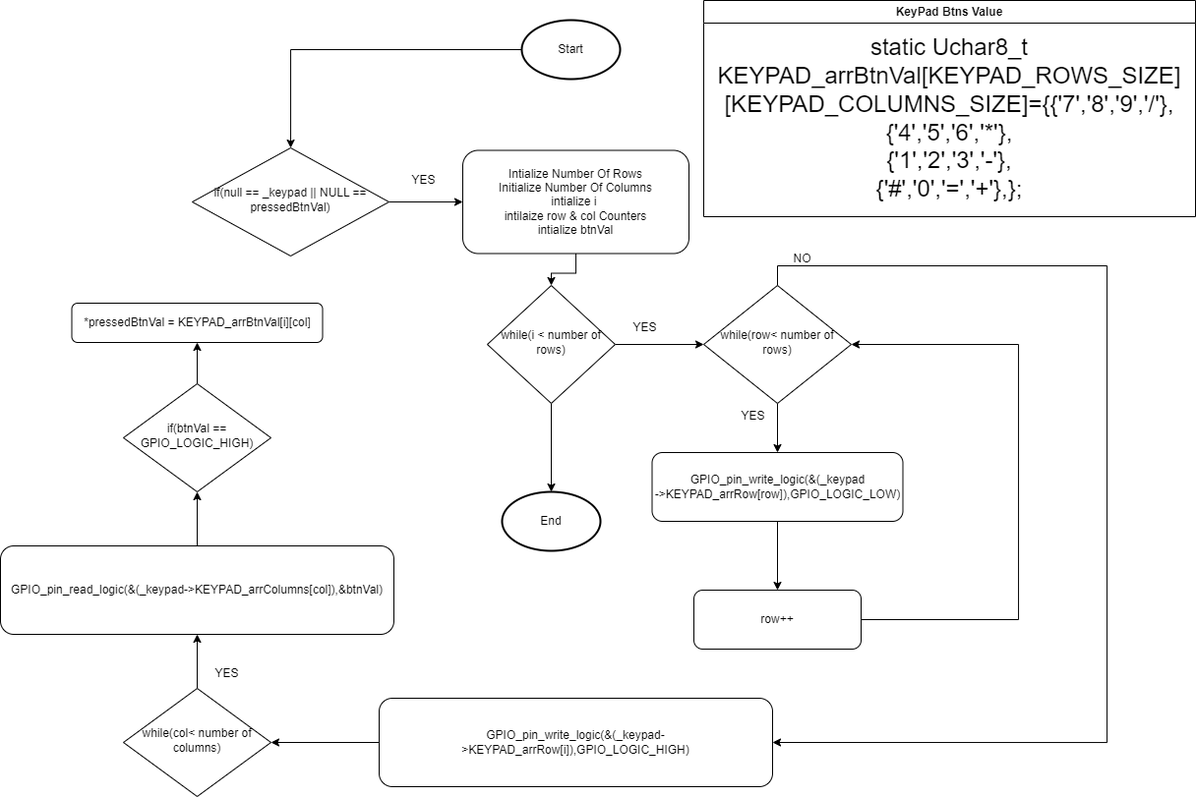
Earlier version of the draw.io export 06_Sprint_Seven/00_Design_A_Non_Blocking_LCD_&_Keypad/01_Keypad_FlowCharts/keypad_scaning.png (Khedr05/SPRINTS_Automotive_Software_Bootcamp). Source tidied: cells renumbered, new cells last; positions are measured from the earlier drawing's top-left corner, leaving out a move shared by most shapes.
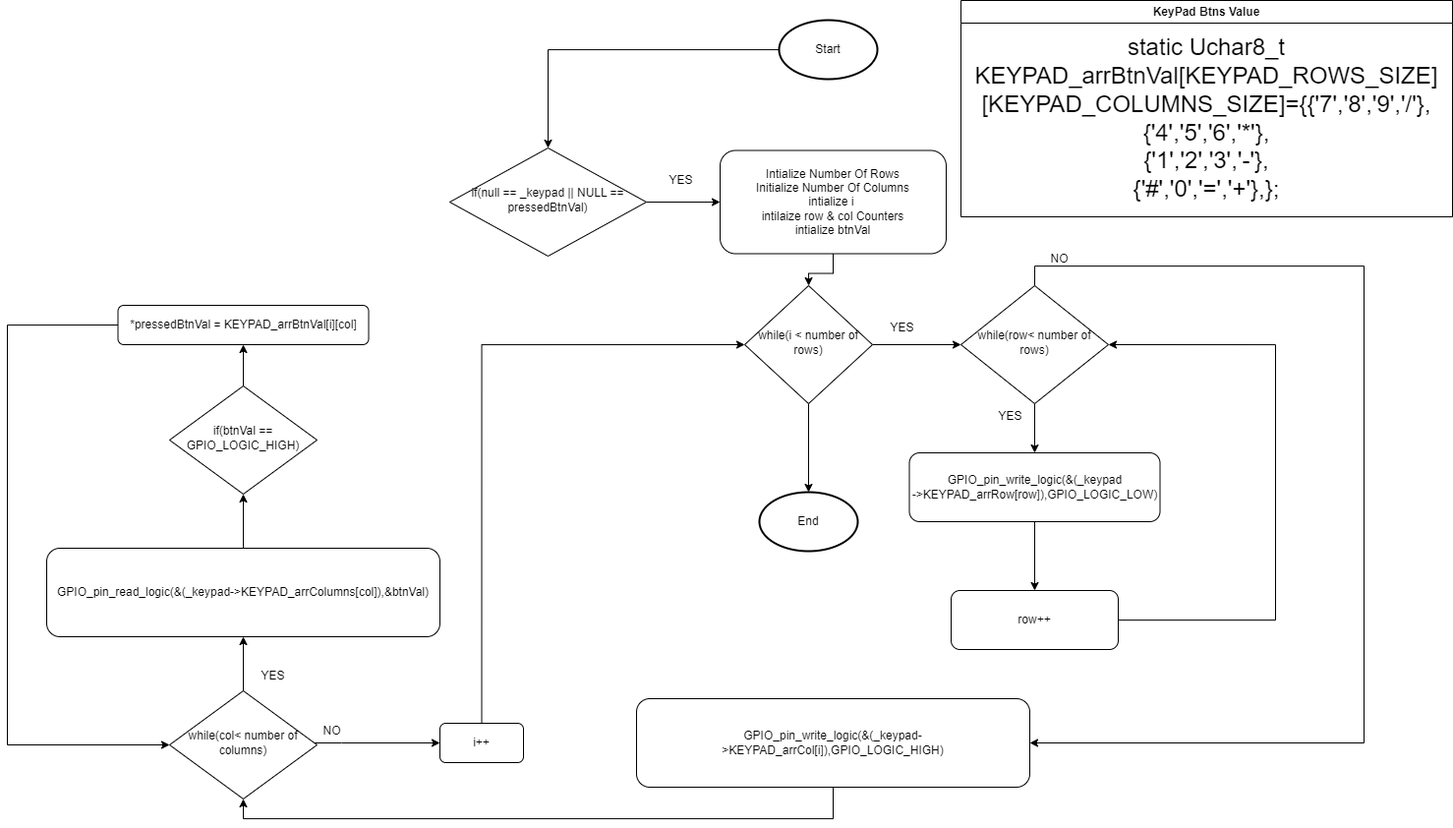
Above is the later version.

Change to the diagram source:
```diff
@@ -70,10 +70,10 @@
     <mxCell id="20" value="row++" style="rounded=1;whiteSpace=wrap;html=1;fontSize=12;glass=0;strokeWidth=1;shadow=0;" parent="1" vertex="1">
       <mxGeometry x="705" y="600" width="170" height="60" as="geometry" />
     </mxCell>
-    <mxCell id="21" style="edgeStyle=orthogonalEdgeStyle;rounded=0;jettySize=auto;html=1;" parent="1" edge="1" source="22" target="25">
+    <mxCell id="21" style="edgeStyle=orthogonalEdgeStyle;rounded=0;jettySize=auto;html=1;exitX=0.5;exitY=1;exitDx=0;exitDy=0;entryX=0.5;entryY=1;entryDx=0;entryDy=0;" parent="1" edge="1" source="22" target="25">
       <mxGeometry relative="1" as="geometry" />
     </mxCell>
-    <mxCell id="22" value="GPIO_pin_write_logic(&amp;amp;(_keypad-&amp;gt;KEYPAD_arrRow[i]),GPIO_LOGIC_HIGH)" style="rounded=1;whiteSpace=wrap;html=1;fontSize=12;glass=0;strokeWidth=1;shadow=0;" parent="1" vertex="1">
+    <mxCell id="22" value="GPIO_pin_write_logic(&amp;amp;(_keypad-&amp;gt;KEYPAD_arrCol[i]),GPIO_LOGIC_HIGH)" style="rounded=1;whiteSpace=wrap;html=1;fontSize=12;glass=0;strokeWidth=1;shadow=0;" parent="1" vertex="1">
       <mxGeometry x="385" y="710" width="400" height="90" as="geometry" />
     </mxCell>
     <mxCell id="23" value="NO" style="text;html=1;align=center;verticalAlign=middle;strokeColor=none;fillColor=none;" parent="1" vertex="1">
@@ -82,26 +82,42 @@
     <mxCell id="24" style="edgeStyle=orthogonalEdgeStyle;rounded=0;jettySize=auto;html=1;" parent="1" edge="1" source="25" target="27">
       <mxGeometry relative="1" as="geometry" />
     </mxCell>
+    <mxCell id="35" style="edgeStyle=orthogonalEdgeStyle;rounded=0;jettySize=auto;html=1;entryX=0;entryY=0.5;entryDx=0;entryDy=0;" parent="1" edge="1" source="25" target="38">
+      <mxGeometry relative="1" as="geometry">
+        <Array as="points">
+          <mxPoint x="85" y="755" />
+          <mxPoint x="85" y="755" />
+        </Array>
+      </mxGeometry>
+    </mxCell>
     <mxCell id="25" value="while(col&amp;lt; number of columns)" style="rhombus;whiteSpace=wrap;html=1;shadow=0;fontFamily=Helvetica;fontSize=12;align=center;strokeWidth=1;spacing=6;spacingTop=-4;" parent="1" vertex="1">
-      <mxGeometry x="125" y="700" width="150" height="110" as="geometry" />
+      <mxGeometry x="-90" y="702" width="150" height="110" as="geometry" />
     </mxCell>
     <mxCell id="26" style="edgeStyle=orthogonalEdgeStyle;rounded=0;jettySize=auto;html=1;" parent="1" edge="1" source="27" target="30">
       <mxGeometry relative="1" as="geometry" />
     </mxCell>
     <mxCell id="27" value="GPIO_pin_read_logic(&amp;amp;(_keypad-&amp;gt;KEYPAD_arrColumns[col]),&amp;amp;btnVal)" style="rounded=1;whiteSpace=wrap;html=1;fontSize=12;glass=0;strokeWidth=1;shadow=0;" parent="1" vertex="1">
-      <mxGeometry y="555" width="400" height="90" as="geometry" />
+      <mxGeometry x="-215" y="557" width="400" height="90" as="geometry" />
     </mxCell>
     <mxCell id="28" value="YES" style="text;html=1;align=center;verticalAlign=middle;strokeColor=none;fillColor=none;" parent="1" vertex="1">
-      <mxGeometry x="205" y="670" width="50" height="30" as="geometry" />
+      <mxGeometry x="-10" y="672" width="50" height="30" as="geometry" />
     </mxCell>
     <mxCell id="29" style="edgeStyle=orthogonalEdgeStyle;rounded=0;jettySize=auto;html=1;" parent="1" edge="1" source="30" target="31">
       <mxGeometry relative="1" as="geometry" />
     </mxCell>
     <mxCell id="30" value="if(btnVal == GPIO_LOGIC_HIGH)" style="rhombus;whiteSpace=wrap;html=1;shadow=0;fontFamily=Helvetica;fontSize=12;align=center;strokeWidth=1;spacing=6;spacingTop=-4;" parent="1" vertex="1">
-      <mxGeometry x="125" y="390" width="150" height="110" as="geometry" />
+      <mxGeometry x="-90" y="392" width="150" height="110" as="geometry" />
     </mxCell>
+    <mxCell id="36" style="edgeStyle=orthogonalEdgeStyle;rounded=0;jettySize=auto;html=1;exitX=0;exitY=0.5;exitDx=0;exitDy=0;entryX=0;entryY=0.5;entryDx=0;entryDy=0;" parent="1" edge="1" source="31" target="25">
+      <mxGeometry relative="1" as="geometry">
+        <Array as="points">
+          <mxPoint x="-255" y="330" />
+          <mxPoint x="-255" y="757" />
+        </Array>
+      </mxGeometry>
+    </mxCell>
     <mxCell id="31" value="*pressedBtnVal = KEYPAD_arrBtnVal[i][col]" style="rounded=1;whiteSpace=wrap;html=1;fontSize=12;glass=0;strokeWidth=1;shadow=0;" parent="1" vertex="1">
-      <mxGeometry x="72.5" y="308" width="255" height="40" as="geometry" />
+      <mxGeometry x="-142.5" y="310" width="255" height="40" as="geometry" />
     </mxCell>
     <mxCell id="32" value="End" style="strokeWidth=2;html=1;shape=mxgraph.flowchart.start_1;whiteSpace=wrap;" parent="1" vertex="1">
       <mxGeometry x="510" y="500" width="100" height="60" as="geometry" />
@@ -112,5 +128,14 @@
     <mxCell id="34" value="&lt;font style=&quot;font-size: 24px;&quot;&gt;static Uchar8_t KEYPAD_arrBtnVal[KEYPAD_ROWS_SIZE][KEYPAD_COLUMNS_SIZE]={{'7','8','9','/'},&lt;br&gt; {'4','5','6','*'},&lt;br&gt; {'1','2','3','-'},&lt;br&gt; {'#','0','=','+'},};&lt;/font&gt;" style="text;html=1;strokeColor=none;fillColor=none;align=center;verticalAlign=middle;whiteSpace=wrap;rounded=0;" parent="33" vertex="1">
       <mxGeometry y="30" width="500" height="180" as="geometry" />
     </mxCell>
+    <mxCell id="37" style="edgeStyle=orthogonalEdgeStyle;rounded=0;jettySize=auto;html=1;exitX=0.5;exitY=0;exitDx=0;exitDy=0;entryX=0;entryY=0.5;entryDx=0;entryDy=0;" parent="1" edge="1" source="38" target="11">
+      <mxGeometry relative="1" as="geometry" />
+    </mxCell>
+    <mxCell id="38" value="i++" style="rounded=1;whiteSpace=wrap;html=1;fontSize=12;glass=0;strokeWidth=1;shadow=0;" parent="1" vertex="1">
+      <mxGeometry x="185" y="735" width="85" height="40" as="geometry" />
+    </mxCell>
+    <mxCell id="39" value="NO" style="text;html=1;align=center;verticalAlign=middle;strokeColor=none;fillColor=none;" parent="1" vertex="1">
+      <mxGeometry x="55" y="728" width="40" height="30" as="geometry" />
+    </mxCell>
   </root>
 </mxGraphModel>
```
